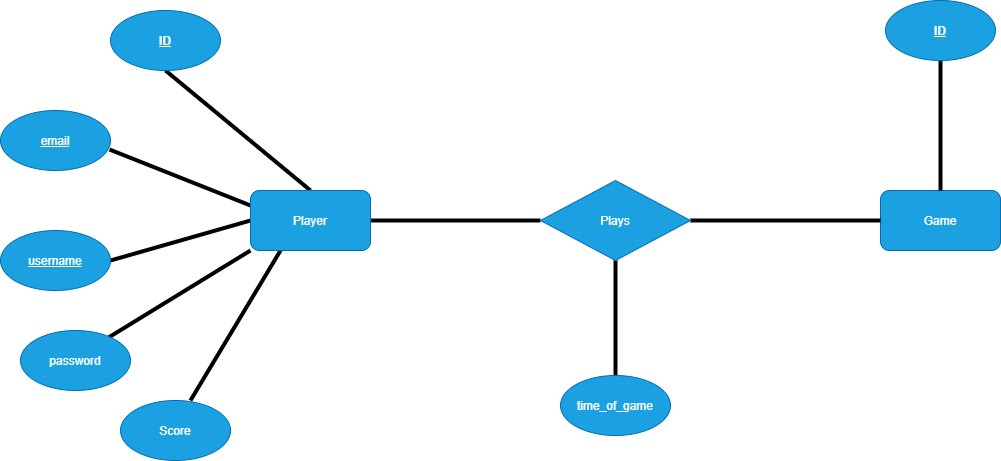
The draw.io diagram design/er_diagram/er_diagram.png in DejunJackson/madlibs-showdown, before a commit. Source tidied: cells renumbered, new cells last; positions are measured from the earlier drawing's top-left corner, leaving out a move shared by most shapes. The source it was exported from:
```xml
<mxGraphModel background="#ffffff">
  <root>
    <mxCell id="0" />
    <mxCell id="1" parent="0" />
    <mxCell id="2" style="edgeStyle=none;html=1;exitX=0.5;exitY=0;exitDx=0;exitDy=0;strokeColor=#000000;endArrow=none;endFill=0;entryX=0.5;entryY=1;entryDx=0;entryDy=0;strokeWidth=4;" parent="1" edge="1" source="8" target="10">
      <mxGeometry relative="1" as="geometry" />
    </mxCell>
    <mxCell id="3" style="edgeStyle=none;html=1;exitX=0;exitY=0.25;exitDx=0;exitDy=0;entryX=0.991;entryY=0.65;entryDx=0;entryDy=0;entryPerimeter=0;endArrow=none;endFill=0;strokeColor=#000000;strokeWidth=4;" parent="1" edge="1" source="8" target="11">
      <mxGeometry relative="1" as="geometry" />
    </mxCell>
    <mxCell id="4" style="edgeStyle=none;html=1;exitX=0;exitY=0.5;exitDx=0;exitDy=0;entryX=1;entryY=0.5;entryDx=0;entryDy=0;endArrow=none;endFill=0;strokeColor=#000000;strokeWidth=4;" parent="1" edge="1" source="8" target="12">
      <mxGeometry relative="1" as="geometry" />
    </mxCell>
    <mxCell id="5" style="edgeStyle=none;html=1;exitX=0;exitY=1;exitDx=0;exitDy=0;entryX=0.8;entryY=0.117;entryDx=0;entryDy=0;entryPerimeter=0;endArrow=none;endFill=0;strokeColor=#000000;strokeWidth=4;" parent="1" edge="1" source="8" target="13">
      <mxGeometry relative="1" as="geometry" />
    </mxCell>
    <mxCell id="6" style="edgeStyle=none;html=1;exitX=0.25;exitY=1;exitDx=0;exitDy=0;entryX=0.636;entryY=0;entryDx=0;entryDy=0;entryPerimeter=0;endArrow=none;endFill=0;strokeColor=#000000;strokeWidth=4;" parent="1" edge="1" source="8" target="14">
      <mxGeometry relative="1" as="geometry" />
    </mxCell>
    <mxCell id="7" style="edgeStyle=none;html=1;exitX=1;exitY=0.5;exitDx=0;exitDy=0;entryX=0;entryY=0.5;entryDx=0;entryDy=0;endArrow=none;endFill=0;strokeColor=#000000;strokeWidth=4;" parent="1" edge="1" source="8" target="17">
      <mxGeometry relative="1" as="geometry" />
    </mxCell>
    <mxCell id="8" value="Player" style="rounded=1;whiteSpace=wrap;html=1;fillColor=#1ba1e2;strokeColor=#006EAF;fontColor=#ffffff;" parent="1" vertex="1">
      <mxGeometry x="250" y="190" width="120" height="60" as="geometry" />
    </mxCell>
    <mxCell id="9" value="Game" style="rounded=1;whiteSpace=wrap;html=1;fillColor=#1ba1e2;strokeColor=#006EAF;fontColor=#ffffff;" parent="1" vertex="1">
      <mxGeometry x="880" y="190" width="120" height="60" as="geometry" />
    </mxCell>
    <mxCell id="10" value="&lt;b&gt;&lt;u&gt;ID&lt;/u&gt;&lt;/b&gt;" style="ellipse;whiteSpace=wrap;html=1;fillColor=#1ba1e2;strokeColor=#006EAF;fontColor=#ffffff;" parent="1" vertex="1">
      <mxGeometry x="110" y="10" width="110" height="60" as="geometry" />
    </mxCell>
    <mxCell id="11" value="&lt;u&gt;email&lt;/u&gt;" style="ellipse;whiteSpace=wrap;html=1;fillColor=#1ba1e2;strokeColor=#006EAF;fontColor=#ffffff;" parent="1" vertex="1">
      <mxGeometry y="110" width="110" height="60" as="geometry" />
    </mxCell>
    <mxCell id="12" value="&lt;u&gt;username&lt;/u&gt;" style="ellipse;whiteSpace=wrap;html=1;fillColor=#1ba1e2;strokeColor=#006EAF;fontColor=#ffffff;" parent="1" vertex="1">
      <mxGeometry y="230" width="110" height="60" as="geometry" />
    </mxCell>
    <mxCell id="13" value="password" style="ellipse;whiteSpace=wrap;html=1;fillColor=#1ba1e2;strokeColor=#006EAF;fontColor=#ffffff;" parent="1" vertex="1">
      <mxGeometry x="20" y="330" width="110" height="60" as="geometry" />
    </mxCell>
    <mxCell id="14" value="Score" style="ellipse;whiteSpace=wrap;html=1;fillColor=#1ba1e2;strokeColor=#006EAF;fontColor=#ffffff;" parent="1" vertex="1">
      <mxGeometry x="120" y="400" width="110" height="60" as="geometry" />
    </mxCell>
    <mxCell id="15" style="edgeStyle=none;html=1;exitX=1;exitY=0.5;exitDx=0;exitDy=0;entryX=0;entryY=0.5;entryDx=0;entryDy=0;endArrow=none;endFill=0;strokeColor=#000000;strokeWidth=4;" parent="1" edge="1" source="17" target="9">
      <mxGeometry relative="1" as="geometry" />
    </mxCell>
    <mxCell id="16" style="edgeStyle=none;html=1;endArrow=none;endFill=0;strokeColor=#000000;strokeWidth=4;" parent="1" edge="1" source="17" target="18">
      <mxGeometry relative="1" as="geometry" />
    </mxCell>
    <mxCell id="17" value="Plays" style="rhombus;whiteSpace=wrap;html=1;fillColor=#1ba1e2;strokeColor=#006EAF;fontColor=#ffffff;" parent="1" vertex="1">
      <mxGeometry x="540" y="180" width="150" height="80" as="geometry" />
    </mxCell>
    <mxCell id="18" value="time_of_game" style="ellipse;whiteSpace=wrap;html=1;fillColor=#1ba1e2;strokeColor=#006EAF;fontColor=#ffffff;" parent="1" vertex="1">
      <mxGeometry x="560" y="375" width="110" height="60" as="geometry" />
    </mxCell>
    <mxCell id="19" style="edgeStyle=none;html=1;exitX=0.5;exitY=1;exitDx=0;exitDy=0;entryX=0.5;entryY=0;entryDx=0;entryDy=0;endArrow=none;endFill=0;strokeColor=#000000;strokeWidth=4;" parent="1" edge="1" source="20" target="9">
      <mxGeometry relative="1" as="geometry" />
    </mxCell>
    <mxCell id="20" value="&lt;u&gt;&lt;b&gt;ID&lt;/b&gt;&lt;/u&gt;" style="ellipse;whiteSpace=wrap;html=1;fillColor=#1ba1e2;strokeColor=#006EAF;fontColor=#ffffff;" parent="1" vertex="1">
      <mxGeometry x="885" width="110" height="60" as="geometry" />
    </mxCell>
  </root>
</mxGraphModel>
```
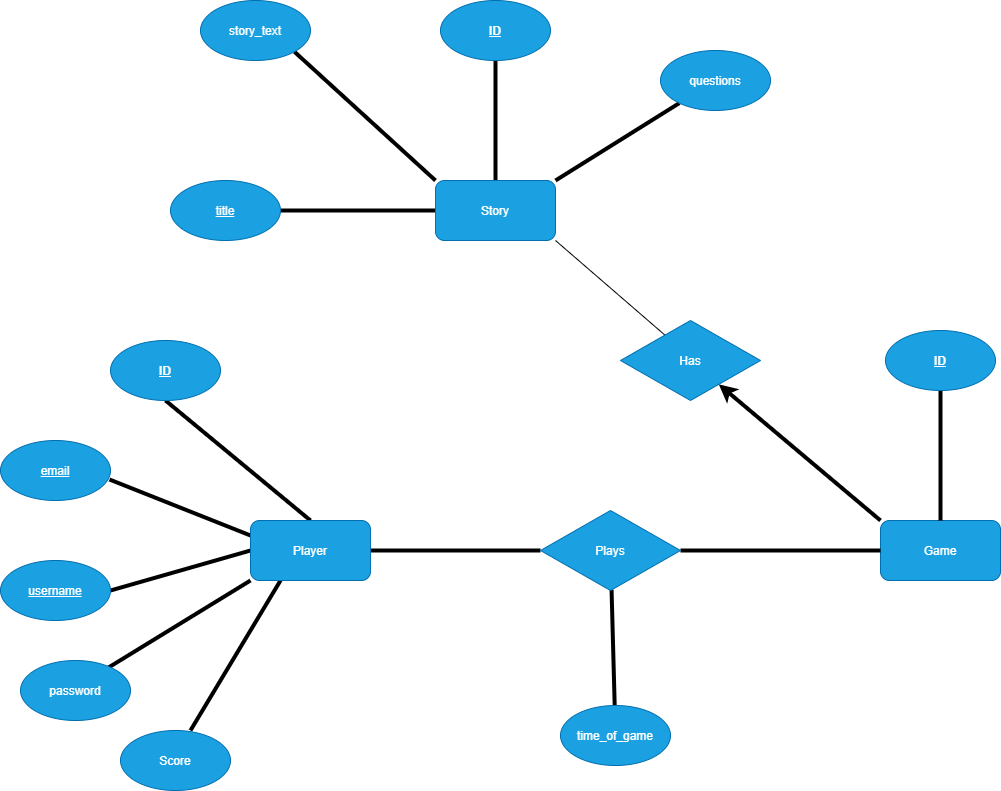
After the commit.

Commit message:
add story entity to ER diagram

Diff of the diagram source:
```diff
@@ -23,6 +23,9 @@
     <mxCell id="8" value="Player" style="rounded=1;whiteSpace=wrap;html=1;fillColor=#1ba1e2;strokeColor=#006EAF;fontColor=#ffffff;" parent="1" vertex="1">
       <mxGeometry x="250" y="190" width="120" height="60" as="geometry" />
     </mxCell>
+    <mxCell id="21" style="edgeStyle=none;html=1;exitX=0;exitY=0;exitDx=0;exitDy=0;endArrow=classic;endFill=1;strokeColor=#000000;strokeWidth=4;" parent="1" edge="1" source="9" target="29">
+      <mxGeometry relative="1" as="geometry" />
+    </mxCell>
     <mxCell id="9" value="Game" style="rounded=1;whiteSpace=wrap;html=1;fillColor=#1ba1e2;strokeColor=#006EAF;fontColor=#ffffff;" parent="1" vertex="1">
       <mxGeometry x="880" y="190" width="120" height="60" as="geometry" />
     </mxCell>
@@ -48,7 +51,7 @@
       <mxGeometry relative="1" as="geometry" />
     </mxCell>
     <mxCell id="17" value="Plays" style="rhombus;whiteSpace=wrap;html=1;fillColor=#1ba1e2;strokeColor=#006EAF;fontColor=#ffffff;" parent="1" vertex="1">
-      <mxGeometry x="540" y="180" width="150" height="80" as="geometry" />
+      <mxGeometry x="540" y="180" width="140" height="80" as="geometry" />
     </mxCell>
     <mxCell id="18" value="time_of_game" style="ellipse;whiteSpace=wrap;html=1;fillColor=#1ba1e2;strokeColor=#006EAF;fontColor=#ffffff;" parent="1" vertex="1">
       <mxGeometry x="560" y="375" width="110" height="60" as="geometry" />
@@ -59,5 +62,38 @@
     <mxCell id="20" value="&lt;u&gt;&lt;b&gt;ID&lt;/b&gt;&lt;/u&gt;" style="ellipse;whiteSpace=wrap;html=1;fillColor=#1ba1e2;strokeColor=#006EAF;fontColor=#ffffff;" parent="1" vertex="1">
       <mxGeometry x="885" width="110" height="60" as="geometry" />
     </mxCell>
+    <mxCell id="22" style="edgeStyle=none;html=1;exitX=0.5;exitY=0;exitDx=0;exitDy=0;entryX=0.5;entryY=1;entryDx=0;entryDy=0;strokeColor=#000000;strokeWidth=4;endArrow=none;endFill=0;" parent="1" edge="1" source="27" target="28">
+      <mxGeometry relative="1" as="geometry" />
+    </mxCell>
+    <mxCell id="23" style="edgeStyle=none;html=1;exitX=1;exitY=1;exitDx=0;exitDy=0;entryX=0.321;entryY=0.188;entryDx=0;entryDy=0;entryPerimeter=0;endArrow=none;endFill=0;strokeColor=#000000;strokeWidth=1;" parent="1" edge="1" source="27" target="29">
+      <mxGeometry relative="1" as="geometry" />
+    </mxCell>
+    <mxCell id="24" style="edgeStyle=none;html=1;exitX=0;exitY=0.5;exitDx=0;exitDy=0;endArrow=none;endFill=0;strokeColor=#000000;strokeWidth=4;entryX=1;entryY=0.5;entryDx=0;entryDy=0;" parent="1" edge="1" source="27" target="30">
+      <mxGeometry relative="1" as="geometry" />
+    </mxCell>
+    <mxCell id="25" style="edgeStyle=none;html=1;exitX=1;exitY=0;exitDx=0;exitDy=0;endArrow=none;endFill=0;strokeColor=#000000;strokeWidth=4;" parent="1" edge="1" source="27" target="31">
+      <mxGeometry relative="1" as="geometry" />
+    </mxCell>
+    <mxCell id="26" style="edgeStyle=none;html=1;exitX=0;exitY=0;exitDx=0;exitDy=0;entryX=1;entryY=1;entryDx=0;entryDy=0;endArrow=none;endFill=0;strokeColor=#000000;strokeWidth=4;" parent="1" edge="1" source="27" target="32">
+      <mxGeometry relative="1" as="geometry" />
+    </mxCell>
+    <mxCell id="27" value="Story" style="rounded=1;whiteSpace=wrap;html=1;fillColor=#1ba1e2;strokeColor=#006EAF;fontColor=#ffffff;" parent="1" vertex="1">
+      <mxGeometry x="435" y="-150" width="120" height="60" as="geometry" />
+    </mxCell>
+    <mxCell id="28" value="&lt;u&gt;&lt;b&gt;ID&lt;/b&gt;&lt;/u&gt;" style="ellipse;whiteSpace=wrap;html=1;fillColor=#1ba1e2;strokeColor=#006EAF;fontColor=#ffffff;" parent="1" vertex="1">
+      <mxGeometry x="440" y="-330" width="110" height="60" as="geometry" />
+    </mxCell>
+    <mxCell id="29" value="Has" style="rhombus;whiteSpace=wrap;html=1;fillColor=#1ba1e2;strokeColor=#006EAF;fontColor=#ffffff;" parent="1" vertex="1">
+      <mxGeometry x="620" y="-10" width="140" height="80" as="geometry" />
+    </mxCell>
+    <mxCell id="30" value="&lt;u&gt;title&lt;/u&gt;" style="ellipse;whiteSpace=wrap;html=1;fillColor=#1ba1e2;strokeColor=#006EAF;fontColor=#ffffff;" parent="1" vertex="1">
+      <mxGeometry x="170" y="-150" width="110" height="60" as="geometry" />
+    </mxCell>
+    <mxCell id="31" value="questions" style="ellipse;whiteSpace=wrap;html=1;fillColor=#1ba1e2;strokeColor=#006EAF;fontColor=#ffffff;" parent="1" vertex="1">
+      <mxGeometry x="660" y="-280" width="110" height="60" as="geometry" />
+    </mxCell>
+    <mxCell id="32" value="story_text" style="ellipse;whiteSpace=wrap;html=1;fillColor=#1ba1e2;strokeColor=#006EAF;fontColor=#ffffff;" parent="1" vertex="1">
+      <mxGeometry x="200" y="-330" width="110" height="60" as="geometry" />
+    </mxCell>
   </root>
 </mxGraphModel>
```
